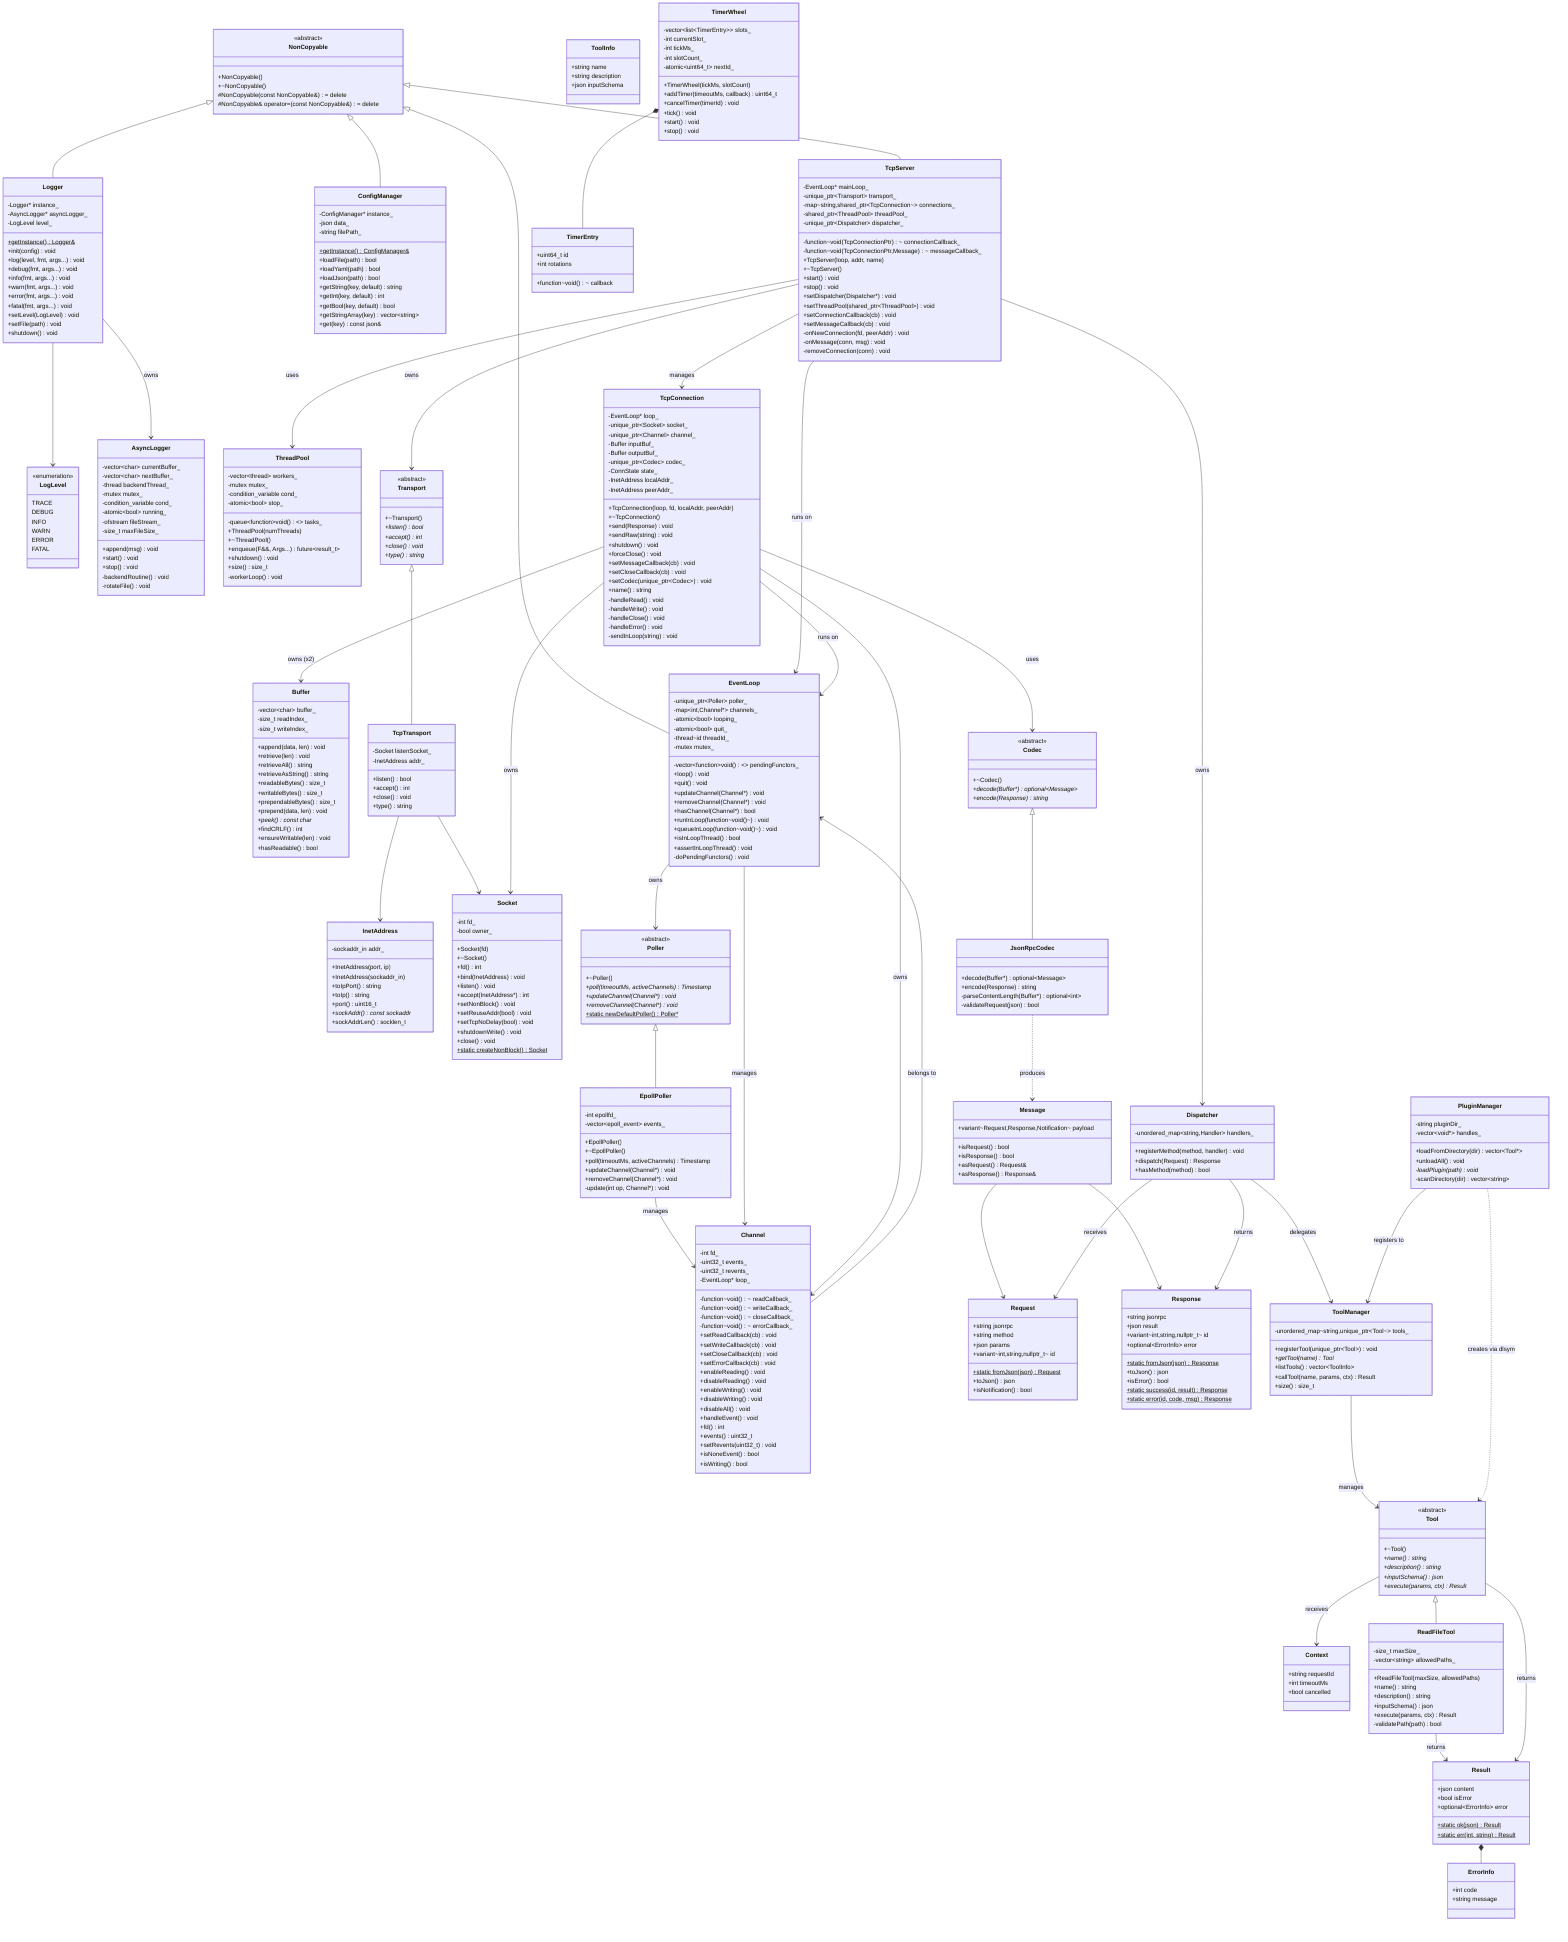
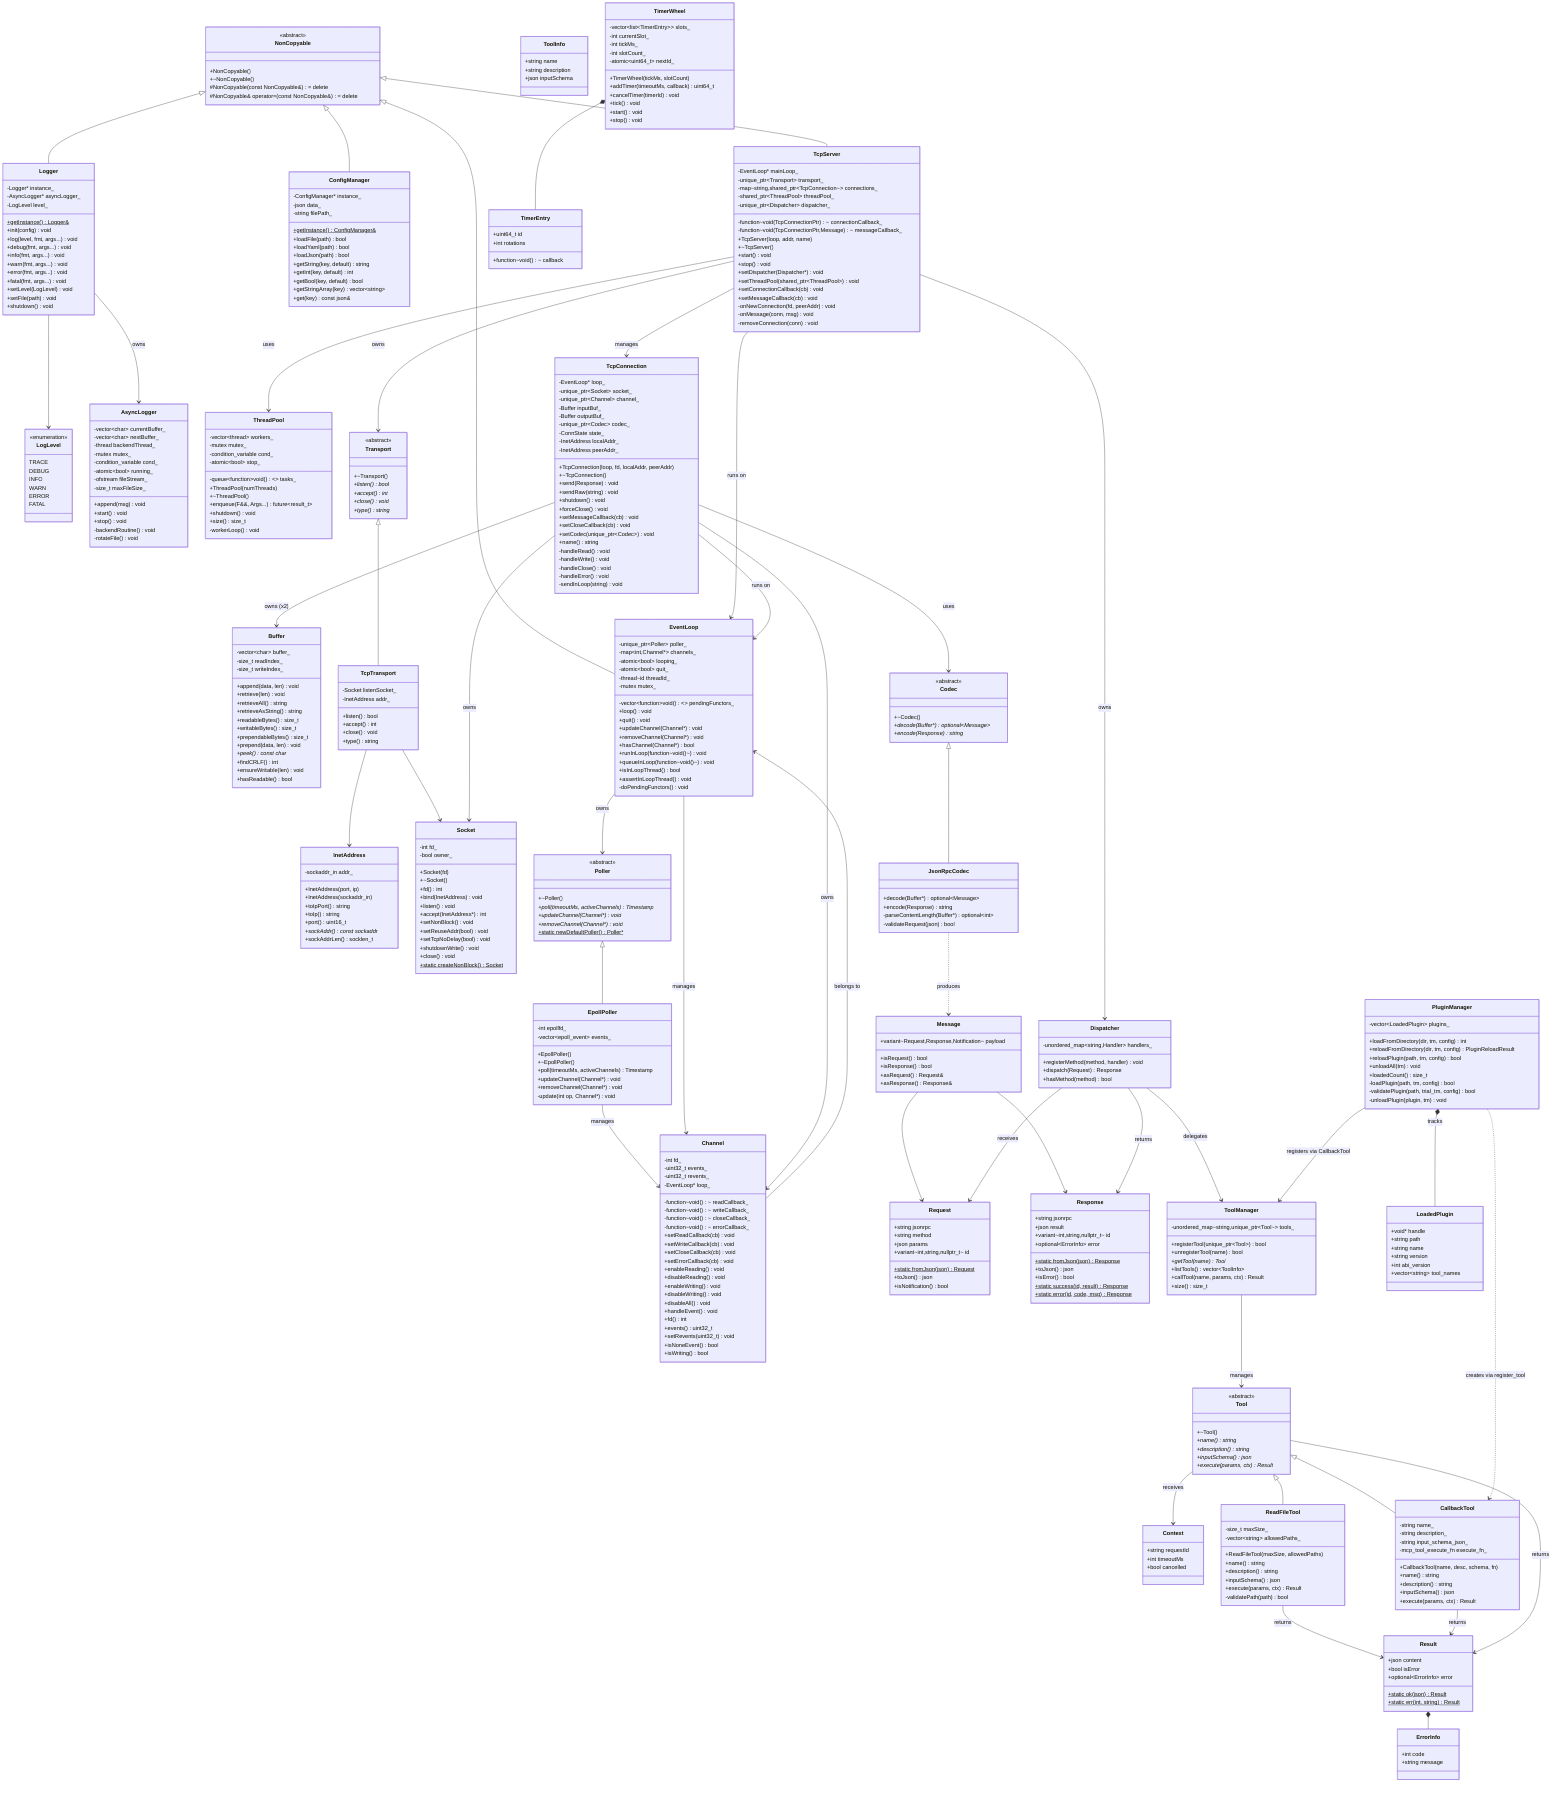
classDiagram
    direction TB

    class NonCopyable {
        <<abstract>>
        +NonCopyable()
        +~NonCopyable()
        #NonCopyable(const NonCopyable&) = delete
        #NonCopyable& operator=(const NonCopyable&) = delete
    }

    class Result {
        +json content
        +bool isError
        +optional~ErrorInfo~ error
        +static ok(json) Result$
        +static err(int, string) Result$
    }

    class Context {
        +string requestId
        +int timeoutMs
        +bool cancelled
    }

    class ErrorInfo {
        +int code
        +string message
    }

    class LogLevel {
        <<enumeration>>
        TRACE
        DEBUG
        INFO
        WARN
        ERROR
        FATAL
    }

    class Logger {
        -Logger* instance_
        -AsyncLogger* asyncLogger_
        -LogLevel level_
        +getInstance() Logger&$
        +init(config) void
        +log(level, fmt, args...) void
        +debug(fmt, args...) void
        +info(fmt, args...) void
        +warn(fmt, args...) void
        +error(fmt, args...) void
        +fatal(fmt, args...) void
        +setLevel(LogLevel) void
        +setFile(path) void
        +shutdown() void
    }

    class AsyncLogger {
        -vector~char~ currentBuffer_
        -vector~char~ nextBuffer_
        -thread backendThread_
        -mutex mutex_
        -condition_variable cond_
        -atomic~bool~ running_
        -ofstream fileStream_
        -size_t maxFileSize_
        +append(msg) void
        +start() void
        +stop() void
        -backendRoutine() void
        -rotateFile() void
    }

    class ConfigManager {
        -ConfigManager* instance_
        -json data_
        -string filePath_
        +getInstance() ConfigManager&$
        +loadFile(path) bool
        +loadYaml(path) bool
        +loadJson(path) bool
        +getString(key, default) string
        +getInt(key, default) int
        +getBool(key, default) bool
        +getStringArray(key) vector~string~
        +get(key) const json&
    }

    class ThreadPool {
        -vector~thread~ workers_
        -queue~function~void()~~ tasks_
        -mutex mutex_
        -condition_variable cond_
        -atomic~bool~ stop_
        +ThreadPool(numThreads)
        +~ThreadPool()
        +enqueue(F&&, Args...) future~result_t~
        +shutdown() void
        +size() size_t
        -workerLoop() void
    }

    class Buffer {
        -vector~char~ buffer_
        -size_t readIndex_
        -size_t writeIndex_
        +append(data, len) void
        +retrieve(len) void
        +retrieveAll() string
        +retrieveAsString() string
        +readableBytes() size_t
        +writableBytes() size_t
        +prependableBytes() size_t
        +prepend(data, len) void
        +peek() const char*
        +findCRLF() int
        +ensureWritable(len) void
        +hasReadable() bool
    }

    class InetAddress {
        -sockaddr_in addr_
        +InetAddress(port, ip)
        +InetAddress(sockaddr_in)
        +toIpPort() string
        +toIp() string
        +port() uint16_t
        +sockAddr() const sockaddr*
        +sockAddrLen() socklen_t
    }

    class Socket {
        -int fd_
        -bool owner_
        +Socket(fd)
        +~Socket()
        +fd() int
        +bind(InetAddress) void
        +listen() void
        +accept(InetAddress*) int
        +setNonBlock() void
        +setReuseAddr(bool) void
        +setTcpNoDelay(bool) void
        +shutdownWrite() void
        +close() void
        +static createNonBlock() Socket$
    }

    class Transport {
        <<abstract>>
        +~Transport()
        +listen() bool*
        +accept() int*
        +close() void*
        +type() string*
    }

    class TcpTransport {
        -Socket listenSocket_
        -InetAddress addr_
        +listen() bool
        +accept() int
        +close() void
        +type() string
    }

    class EventLoop {
        -unique_ptr~Poller~ poller_
        -map~int,Channel*~ channels_
        -atomic~bool~ looping_
        -atomic~bool~ quit_
        -thread~id threadId_
        -vector~function~void()~~ pendingFunctors_
        -mutex mutex_
        +loop() void
        +quit() void
        +updateChannel(Channel*) void
        +removeChannel(Channel*) void
        +hasChannel(Channel*) bool
        +runInLoop(function~void()~) void
        +queueInLoop(function~void()~) void
        +isInLoopThread() bool
        +assertInLoopThread() void
        -doPendingFunctors() void
    }

    class Channel {
        -int fd_
        -uint32_t events_
        -uint32_t revents_
        -EventLoop* loop_
        -function~void()~ readCallback_
        -function~void()~ writeCallback_
        -function~void()~ closeCallback_
        -function~void()~ errorCallback_
        +setReadCallback(cb) void
        +setWriteCallback(cb) void
        +setCloseCallback(cb) void
        +setErrorCallback(cb) void
        +enableReading() void
        +disableReading() void
        +enableWriting() void
        +disableWriting() void
        +disableAll() void
        +handleEvent() void
        +fd() int
        +events() uint32_t
        +setRevents(uint32_t) void
        +isNoneEvent() bool
        +isWriting() bool
    }

    class Poller {
        <<abstract>>
        +~Poller()
        +poll(timeoutMs, activeChannels) Timestamp*
        +updateChannel(Channel*) void*
        +removeChannel(Channel*) void*
        +static newDefaultPoller() Poller*$
    }

    class EpollPoller {
        -int epollfd_
        -vector~epoll_event~ events_
        +EpollPoller()
        +~EpollPoller()
        +poll(timeoutMs, activeChannels) Timestamp
        +updateChannel(Channel*) void
        +removeChannel(Channel*) void
        -update(int op, Channel*) void
    }

    class Codec {
        <<abstract>>
        +~Codec()
        +decode(Buffer*) optional~Message~*
        +encode(Response) string*
    }

    class JsonRpcCodec {
        +decode(Buffer*) optional~Message~
        +encode(Response) string
        -parseContentLength(Buffer*) optional~int~
        -validateRequest(json) bool
    }

    class Message {
        +variant~Request,Response,Notification~ payload
        +isRequest() bool
        +isResponse() bool
        +asRequest() Request&
        +asResponse() Response&
    }

    class Request {
        +string jsonrpc
        +string method
        +json params
        +variant~int,string,nullptr_t~ id
        +static fromJson(json) Request$
        +toJson() json
        +isNotification() bool
    }

    class Response {
        +string jsonrpc
        +json result
        +variant~int,string,nullptr_t~ id
        +optional~ErrorInfo~ error
        +static fromJson(json) Response$
        +toJson() json
        +isError() bool
        +static success(id, result) Response$
        +static error(id, code, msg) Response$
    }

    class Dispatcher {
        -unordered_map~string,Handler~ handlers_
        +registerMethod(method, handler) void
        +dispatch(Request) Response
        +hasMethod(method) bool
    }

    class TcpServer {
        -EventLoop* mainLoop_
        -unique_ptr~Transport~ transport_
        -map~string,shared_ptr~TcpConnection~~ connections_
        -shared_ptr~ThreadPool~ threadPool_
        -unique_ptr~Dispatcher~ dispatcher_
        -function~void(TcpConnectionPtr)~ connectionCallback_
        -function~void(TcpConnectionPtr,Message)~ messageCallback_
        +TcpServer(loop, addr, name)
        +~TcpServer()
        +start() void
        +stop() void
        +setDispatcher(Dispatcher*) void
        +setThreadPool(shared_ptr~ThreadPool~) void
        +setConnectionCallback(cb) void
        +setMessageCallback(cb) void
        -onNewConnection(fd, peerAddr) void
        -onMessage(conn, msg) void
        -removeConnection(conn) void
    }

    class TcpConnection {
        -EventLoop* loop_
        -unique_ptr~Socket~ socket_
        -unique_ptr~Channel~ channel_
        -Buffer inputBuf_
        -Buffer outputBuf_
        -unique_ptr~Codec~ codec_
        -ConnState state_
        -InetAddress localAddr_
        -InetAddress peerAddr_
        +TcpConnection(loop, fd, localAddr, peerAddr)
        +~TcpConnection()
        +send(Response) void
        +sendRaw(string) void
        +shutdown() void
        +forceClose() void
        +setMessageCallback(cb) void
        +setCloseCallback(cb) void
        +setCodec(unique_ptr~Codec~) void
        +name() string
        -handleRead() void
        -handleWrite() void
        -handleClose() void
        -handleError() void
        -sendInLoop(string) void
    }

    class Tool {
        <<abstract>>
        +~Tool()
        +name() string*
        +description() string*
        +inputSchema() json*
        +execute(params, ctx) Result*
    }

    class ReadFileTool {
        -size_t maxSize_
        -vector~string~ allowedPaths_
        +ReadFileTool(maxSize, allowedPaths)
        +name() string
        +description() string
        +inputSchema() json
        +execute(params, ctx) Result
        -validatePath(path) bool
    }

    class ToolManager {
        -unordered_map~string,unique_ptr~Tool~~ tools_
-         +registerTool(unique_ptr~Tool~) void
+         +registerTool(unique_ptr~Tool~) bool
+         +unregisterTool(name) bool
        +getTool(name) Tool*
        +listTools() vector~ToolInfo~
        +callTool(name, params, ctx) Result
        +size() size_t
    }

    class ToolInfo {
        +string name
        +string description
        +json inputSchema
    }

+     class CallbackTool {
+         -string name_
+         -string description_
+         -string input_schema_json_
+         -mcp_tool_execute_fn execute_fn_
+         +CallbackTool(name, desc, schema, fn)
+         +name() string
+         +description() string
+         +inputSchema() json
+         +execute(params, ctx) Result
+     }
+ 
    class PluginManager {
-         -string pluginDir_
-         -vector~void*~ handles_
-         +loadFromDirectory(dir) vector~Tool*~
-         +unloadAll() void
-         -loadPlugin(path) void*
-         -scanDirectory(dir) vector~string~
+         -vector~LoadedPlugin~ plugins_
+         +loadFromDirectory(dir, tm, config) int
+         +reloadFromDirectory(dir, tm, config) PluginReloadResult
+         +reloadPlugin(path, tm, config) bool
+         +unloadAll(tm) void
+         +loadedCount() size_t
+         -loadPlugin(path, tm, config) bool
+         -validatePlugin(path, trial_tm, config) bool
+         -unloadPlugin(plugin, tm) void
+     }
+ 
+     class LoadedPlugin {
+         +void* handle
+         +string path
+         +string name
+         +string version
+         +int abi_version
+         +vector~string~ tool_names
    }

    class TimerWheel {
        -vector~list~TimerEntry~~ slots_
        -int currentSlot_
        -int tickMs_
        -int slotCount_
        -atomic~uint64_t~ nextId_
        +TimerWheel(tickMs, slotCount)
        +addTimer(timeoutMs, callback) uint64_t
        +cancelTimer(timerId) void
        +tick() void
        +start() void
        +stop() void
    }

    class TimerEntry {
        +uint64_t id
        +int rotations
        +function~void()~ callback
    }

    NonCopyable <|-- Logger
    NonCopyable <|-- ConfigManager
    NonCopyable <|-- EventLoop
    NonCopyable <|-- TcpServer
    Result *-- ErrorInfo
    Logger --> AsyncLogger : owns
    Logger --> LogLevel
    Transport <|-- TcpTransport
    TcpTransport --> Socket
    TcpTransport --> InetAddress
    Poller <|-- EpollPoller
    EpollPoller --> Channel : manages
    EventLoop --> Poller : owns
    EventLoop --> Channel : manages
    Channel --> EventLoop : belongs to
    TcpServer --> EventLoop : runs on
    TcpServer --> TcpConnection : manages
    TcpServer --> ThreadPool : uses
    TcpServer --> Dispatcher : owns
    TcpServer --> Transport : owns
    TcpConnection --> EventLoop : runs on
    TcpConnection --> Socket : owns
    TcpConnection --> Channel : owns
    TcpConnection --> Buffer : owns (x2)
    TcpConnection --> Codec : uses
    Codec <|-- JsonRpcCodec
    JsonRpcCodec ..> Message : produces
    Message --> Request
    Message --> Response
    Dispatcher --> Request : receives
    Dispatcher --> Response : returns
    Dispatcher --> ToolManager : delegates
    ToolManager --> Tool : manages
    Tool <|-- ReadFileTool
+     Tool <|-- CallbackTool
    ReadFileTool --> Result : returns
-     PluginManager --> ToolManager : registers to
-     PluginManager ..> Tool : creates via dlsym
+     CallbackTool --> Result : returns
+     PluginManager --> ToolManager : registers via CallbackTool
+     PluginManager *-- LoadedPlugin : tracks
+     PluginManager ..> CallbackTool : creates via register_tool
    TimerWheel *-- TimerEntry
    Tool --> Result : returns
    Tool --> Context : receives
